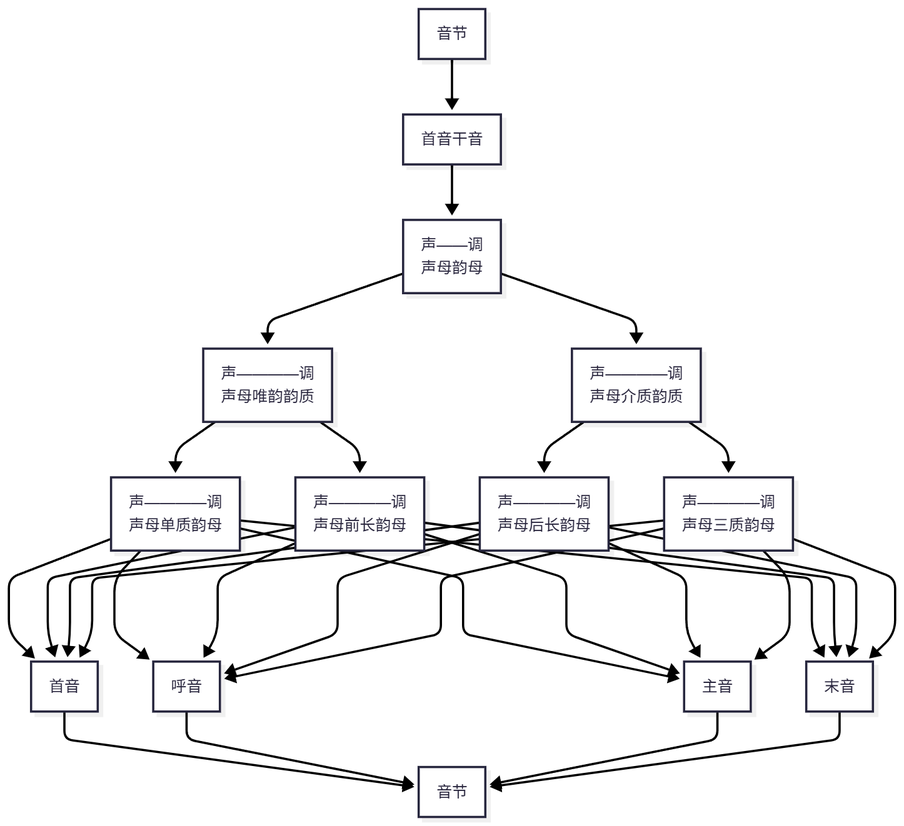
This is YIME_Theory/flowchart/析音法演变历程.png from tsaanghwang/Yime-prototype, a Mermaid export, as it was before one commit. Its source is kept beside it as YIME_Theory/flowchart/析音法演变历程.mmd.
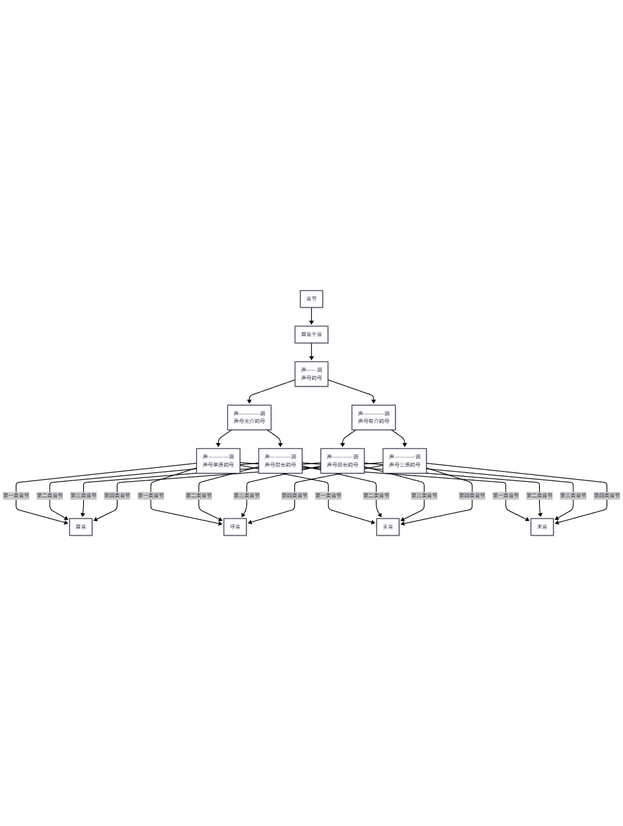
After the commit.

The edit, as a diff of the source:
```diff
@@ -1,35 +1,30 @@
 graph TB
     A[音节] --> B[首音干音]
     B --> C[声——调<br>声母韵母]
-    C --> E[声————调<br>声母唯韵韵质]
-    C --> F[声————调<br>声母介质韵质]
+    C --> E[声————调<br>声母无介韵母]
+    C --> F[声————调<br>声母有介韵母]
 
     E --> G[声————调<br>声母单质韵母]
     E --> H[声————调<br>声母前长韵母]
     F --> I[声————调<br>声母后长韵母]
     F --> J[声————调<br>声母三质韵母]
 
-    G ---> G1[首音]
-    H ---> G1[首音]
-    I ---> G1[首音]
-    J ---> G1[首音]
+    G ---> |第一类音节|G1[首音]
+    H ---> |第二类音节|G1[首音]
+    I ---> |第三类音节|G1[首音]
+    J ---> |第四类音节|G1[首音]
 
-    G ---> G2[呼音]
-    H ---> G2[呼音]
-    I ---> G2[呼音]
-    J ---> G2[呼音]
+    G ---> |第一类音节|G2[呼音]
+    H ---> |第二类音节|G2[呼音]
+    I ---> |第三类音节|G2[呼音]
+    J ---> |第四类音节|G2[呼音]
 
-    G ---> G3[主音]
-    H ---> G3[主音]
-    I ---> G3[主音]
-    J ---> G3[主音]
+    G ---> |第一类音节|G3[主音]
+    H ---> |第二类音节|G3[主音]
+    I ---> |第三类音节|G3[主音]
+    J ---> |第四类音节|G3[主音]
 
-    G ---> G4[末音]
-    H ---> G4[末音]
-    I ---> G4[末音]
-    J ---> G4[末音]
-
-G1 --> K[音节]
-G2 --> K[音节]
-G3 --> K[音节]
-G4 --> K[音节]
+    G ---> |第一类音节|G4[末音]
+    H ---> |第二类音节|G4[末音]
+    I ---> |第三类音节|G4[末音]
+    J ---> |第四类音节|G4[末音]
```
